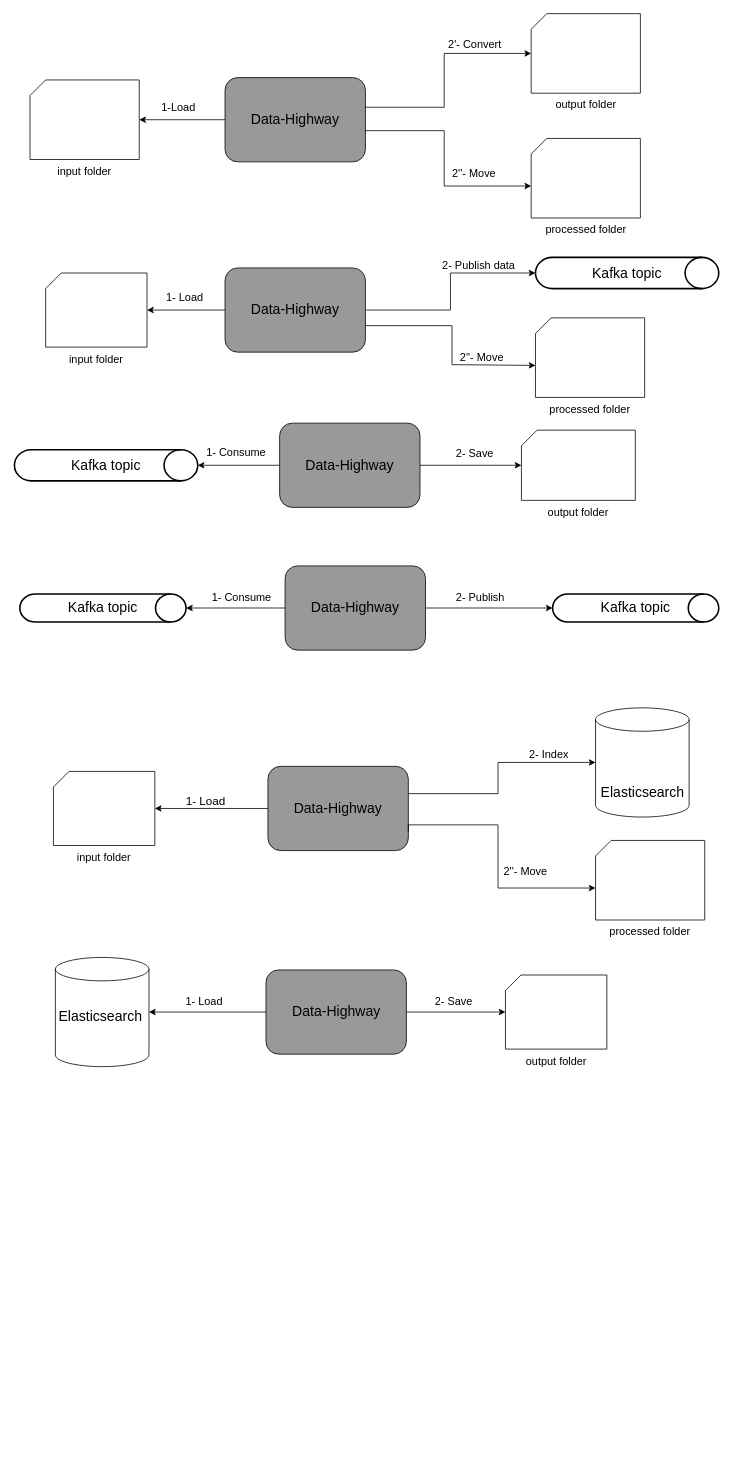
This is src/main/resources/diagrams/dh-diagrams.drawio from ghazi-naceur/data-highway, a draw.io file, before an edit. Source tidied: cells renumbered, new cells numbered last; positions are measured from the earlier drawing's top-left corner, leaving out a move shared by most shapes. Both pictures are drawn from the tidied source at 78%, with x=0, y=0 at pixel (14, 13).
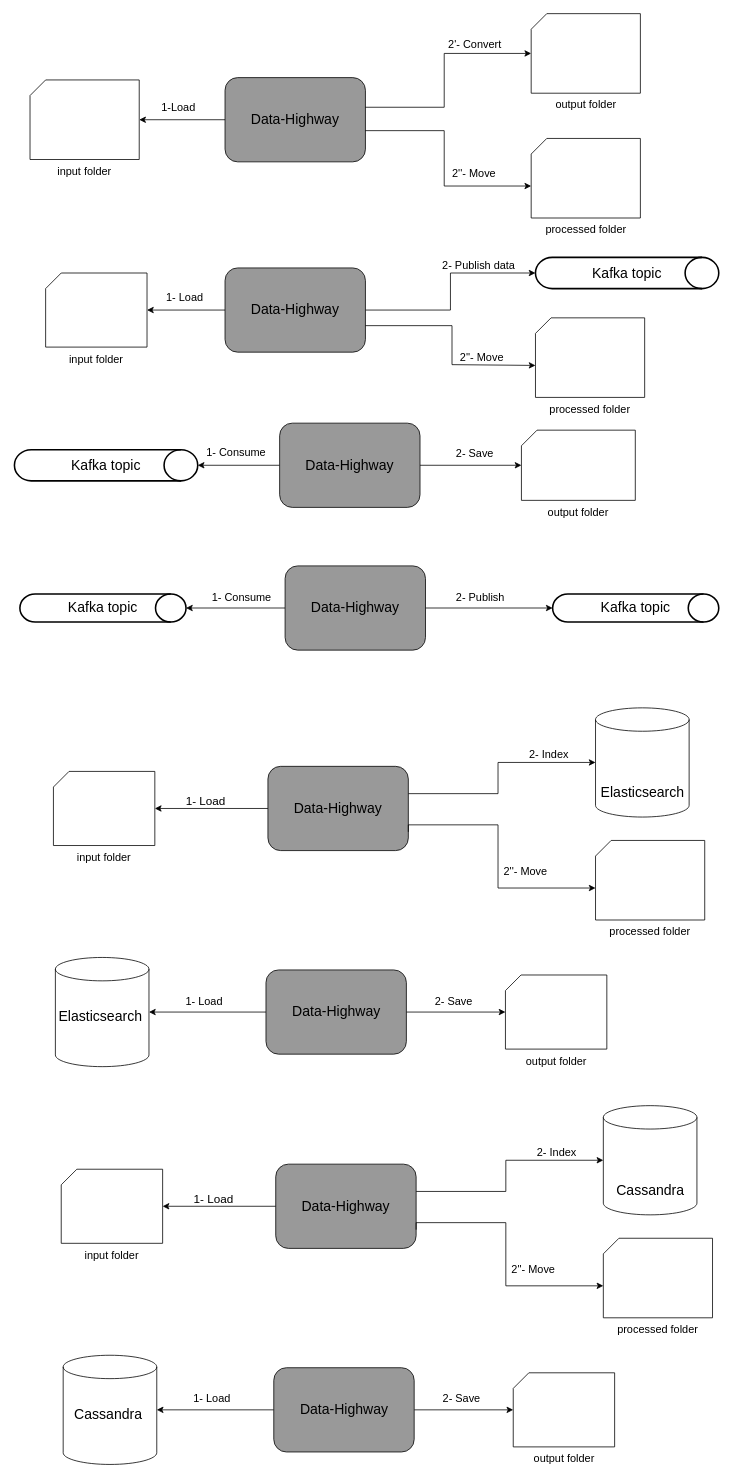
The same diagram, later.

The edit, as a diff of the source:
```diff
@@
+    <mxCell id="55" style="shape=cylinder3;whiteSpace=wrap;html=1;boundedLbl=1;backgroundOutline=1;size=15;" parent="1" vertex="1">
+      <mxGeometry x="755" y="1400" width="120" height="140" as="geometry" />
+    </mxCell>
+    <mxCell id="56" value="&lt;font style=&quot;font-size: 18px&quot;&gt;Cassandra&lt;/font&gt;" style="text;html=1;align=center;verticalAlign=middle;" parent="1" vertex="1">
+      <mxGeometry x="765" y="1499" width="100" height="20" as="geometry" />
+    </mxCell>
+    <mxCell id="57" style="edgeStyle=orthogonalEdgeStyle;rounded=0;jettySize=auto;html=1;entryX=0;entryY=0.5;entryDx=0;entryDy=0;entryPerimeter=0;" parent="1" edge="1" source="58" target="55">
+      <mxGeometry relative="1" as="geometry">
+        <Array as="points">
+          <mxPoint x="630" y="1510" />
+          <mxPoint x="630" y="1470" />
+        </Array>
+      </mxGeometry>
+    </mxCell>
+    <mxCell id="58" value="&lt;font style=&quot;font-size: 18px&quot;&gt;Data-Highway&lt;/font&gt;" style="rounded=1;whiteSpace=wrap;html=1;fillColor=#999999;" parent="1" vertex="1">
+      <mxGeometry x="335" y="1475" width="180" height="108" as="geometry" />
+    </mxCell>
+    <mxCell id="59" value="&lt;font style=&quot;font-size: 14px&quot;&gt;2- Index&lt;/font&gt;" style="text;html=1;align=center;verticalAlign=middle;" parent="1" vertex="1">
+      <mxGeometry x="660" y="1450" width="70" height="20" as="geometry" />
+    </mxCell>
+    <mxCell id="60" value="&lt;font style=&quot;font-size: 14px&quot;&gt;input folder&lt;/font&gt;" style="verticalLabelPosition=bottom;verticalAlign=top;html=1;shape=card;whiteSpace=wrap;size=20;arcSize=12;" parent="1" vertex="1">
+      <mxGeometry x="60" y="1481.5" width="130" height="95" as="geometry" />
+    </mxCell>
+    <mxCell id="61" style="edgeStyle=orthogonalEdgeStyle;rounded=0;jettySize=auto;html=1;" parent="1" edge="1" source="58" target="60">
+      <mxGeometry relative="1" as="geometry" />
+    </mxCell>
+    <mxCell id="62" value="&lt;font style=&quot;font-size: 15px&quot;&gt;1- Load&lt;/font&gt;" style="text;html=1;align=center;verticalAlign=middle;" parent="1" vertex="1">
+      <mxGeometry x="220" y="1509" width="70" height="20" as="geometry" />
+    </mxCell>
+    <mxCell id="63" style="shape=cylinder3;whiteSpace=wrap;html=1;boundedLbl=1;backgroundOutline=1;size=15;" parent="1" vertex="1">
+      <mxGeometry x="62.5" y="1720" width="120" height="140" as="geometry" />
+    </mxCell>
+    <mxCell id="64" value="&lt;font style=&quot;font-size: 18px&quot;&gt;Cassandra&lt;/font&gt;" style="text;html=1;align=center;verticalAlign=middle;" parent="1" vertex="1">
+      <mxGeometry x="70" y="1786" width="100" height="20" as="geometry" />
+    </mxCell>
+    <mxCell id="65" style="edgeStyle=orthogonalEdgeStyle;rounded=0;jettySize=auto;html=1;" parent="1" edge="1" source="67" target="68">
+      <mxGeometry relative="1" as="geometry" />
+    </mxCell>
+    <mxCell id="66" style="edgeStyle=orthogonalEdgeStyle;rounded=0;jettySize=auto;html=1;exitX=0;exitY=0.5;exitDx=0;exitDy=0;entryX=1;entryY=0.5;entryDx=0;entryDy=0;entryPerimeter=0;" parent="1" edge="1" source="67" target="63">
+      <mxGeometry relative="1" as="geometry" />
+    </mxCell>
+    <mxCell id="67" value="&lt;font style=&quot;font-size: 18px&quot;&gt;Data-Highway&lt;/font&gt;" style="rounded=1;whiteSpace=wrap;html=1;fillColor=#999999;" parent="1" vertex="1">
+      <mxGeometry x="332.5" y="1736" width="180" height="108" as="geometry" />
+    </mxCell>
+    <mxCell id="68" value="&lt;font style=&quot;font-size: 14px&quot;&gt;output folder&lt;/font&gt;" style="verticalLabelPosition=bottom;verticalAlign=top;html=1;shape=card;whiteSpace=wrap;size=20;arcSize=12;" parent="1" vertex="1">
+      <mxGeometry x="639.5" y="1742.5" width="130" height="95" as="geometry" />
+    </mxCell>
+    <mxCell id="69" value="&lt;font style=&quot;font-size: 14px&quot;&gt;1- Load&lt;/font&gt;" style="text;html=1;align=center;verticalAlign=middle;" parent="1" vertex="1">
+      <mxGeometry x="222.5" y="1766" width="60" height="20" as="geometry" />
+    </mxCell>
+    <mxCell id="70" value="&lt;font style=&quot;font-size: 14px&quot;&gt;2- Save&lt;/font&gt;" style="text;html=1;align=center;verticalAlign=middle;" parent="1" vertex="1">
+      <mxGeometry x="542.5" y="1766" width="60" height="20" as="geometry" />
+    </mxCell>
+    <mxCell id="71" value="&lt;font style=&quot;font-size: 14px&quot;&gt;2''- Move&lt;/font&gt;" style="text;html=1;align=center;verticalAlign=middle;" parent="1" vertex="1">
+      <mxGeometry x="630" y="1600" width="70" height="20" as="geometry" />
+    </mxCell>
+    <mxCell id="72" value="&lt;font style=&quot;font-size: 14px&quot;&gt;processed folder&lt;/font&gt;" style="verticalLabelPosition=bottom;verticalAlign=top;html=1;shape=card;whiteSpace=wrap;size=20;arcSize=12;" parent="1" vertex="1">
+      <mxGeometry x="755" y="1570" width="140" height="102" as="geometry" />
+    </mxCell>
+    <mxCell id="73" style="edgeStyle=orthogonalEdgeStyle;rounded=0;jettySize=auto;html=1;entryX=0;entryY=0;entryDx=0;entryDy=61;entryPerimeter=0;" parent="1" edge="1" target="72">
+      <mxGeometry relative="1" as="geometry">
+        <mxPoint x="515" y="1559" as="sourcePoint" />
+        <Array as="points">
+          <mxPoint x="515" y="1550" />
+          <mxPoint x="630" y="1550" />
+          <mxPoint x="630" y="1631" />
+        </Array>
+      </mxGeometry>
+    </mxCell>
```
